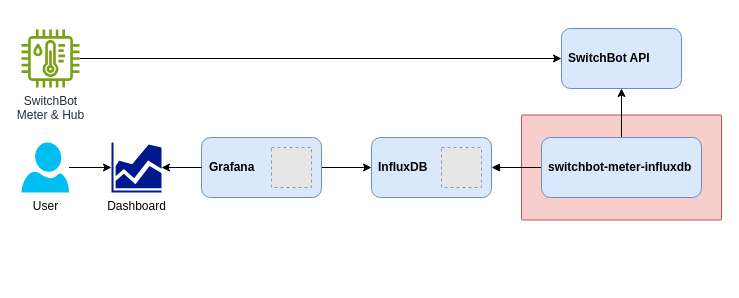
This is images/overview.drawio from hkato/switchbot-meter-database, a draw.io file, before an edit. Source tidied: cells renumbered, new cells numbered last; positions are measured from the earlier drawing's top-left corner, leaving out a move shared by most shapes. Both pictures are drawn from the tidied source at 100%, with x=0, y=0 at pixel (21, 28). Pictures stored in the file or linked from it are replaced by grey dashed boxes.
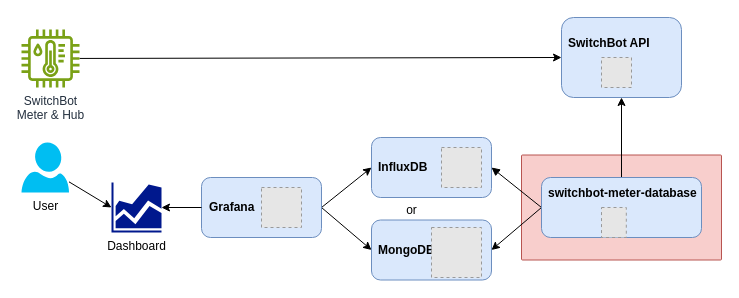
The same page after the edit.

Unchanged cells that the change refers to:
```xml
<mxCell id="9" value="&lt;b&gt;InfluxDB&lt;/b&gt;" style="rounded=1;whiteSpace=wrap;html=1;align=left;spacingLeft=5;fillColor=#dae8fc;strokeColor=#6c8ebf;" parent="1" vertex="1">
  <mxGeometry x="350" y="109" width="120" height="60" as="geometry" />
</mxCell>
<mxCell id="17" value="SwitchBot&lt;div&gt;Meter &amp;amp; Hub&lt;/div&gt;" style="sketch=0;outlineConnect=0;fontColor=#232F3E;gradientColor=none;fillColor=#7AA116;strokeColor=none;dashed=0;verticalLabelPosition=bottom;verticalAlign=top;align=center;html=1;fontSize=12;fontStyle=0;shape=mxgraph.aws4.iot_thing_temperature_humidity_sensor;" parent="1" vertex="1">
  <mxGeometry y="1" width="58" height="58" as="geometry" />
</mxCell>
```

Change to the diagram source:
```diff
@@
     <mxCell id="2" style="sketch=0;rounded=1;absoluteArcSize=1;arcSize=2;html=1;strokeColor=#b85450;shadow=0;dashed=0;fontSize=12;align=left;verticalAlign=top;spacing=10;spacingTop=-4;whiteSpace=wrap;fillColor=#f8cecc;" parent="1" vertex="1">
-      <mxGeometry x="500" y="86.5" width="200" height="105" as="geometry" />
+      <mxGeometry x="500" y="126.5" width="200" height="105" as="geometry" />
     </mxCell>
-    <mxCell id="3" style="edgeStyle=none;html=1;entryX=1;entryY=0.5;entryDx=0;entryDy=0;endArrow=block;endFill=1;" parent="1" edge="1" source="5" target="9">
+    <mxCell id="3" style="edgeStyle=none;html=1;entryX=1;entryY=0.5;entryDx=0;entryDy=0;endArrow=block;endFill=1;exitX=0;exitY=0.5;exitDx=0;exitDy=0;" parent="1" edge="1" source="5" target="9">
       <mxGeometry relative="1" as="geometry" />
     </mxCell>
@@
+    <mxCell id="18" style="edgeStyle=none;html=1;exitX=0;exitY=0.5;exitDx=0;exitDy=0;entryX=1;entryY=0.5;entryDx=0;entryDy=0;" parent="1" edge="1" source="5" target="20">
+      <mxGeometry relative="1" as="geometry" />
+    </mxCell>
-    <mxCell id="5" value="&lt;b&gt;switchbot-meter-influxdb&lt;/b&gt;" style="rounded=1;whiteSpace=wrap;html=1;align=left;spacingLeft=5;fillColor=#dae8fc;strokeColor=#6c8ebf;" parent="1" vertex="1">
-      <mxGeometry x="520" y="109" width="160" height="60" as="geometry" />
+    <mxCell id="5" value="&lt;b&gt;switchbot-meter-database&lt;/b&gt;&lt;div&gt;&lt;b&gt;&lt;br&gt;&lt;/b&gt;&lt;/div&gt;&lt;div&gt;&lt;b&gt;&lt;br&gt;&lt;/b&gt;&lt;/div&gt;" style="rounded=1;whiteSpace=wrap;html=1;align=left;spacingLeft=5;fillColor=#dae8fc;strokeColor=#6c8ebf;" parent="1" vertex="1">
+      <mxGeometry x="520" y="149" width="160" height="60" as="geometry" />
     </mxCell>
-    <mxCell id="6" style="edgeStyle=orthogonalEdgeStyle;rounded=0;jettySize=auto;html=1;exitX=1;exitY=0.5;exitDx=0;exitDy=0;entryX=0;entryY=0.5;entryDx=0;entryDy=0;" parent="1" edge="1" source="7" target="9">
+    <mxCell id="6" style="rounded=0;jettySize=auto;html=1;exitX=1;exitY=0.5;exitDx=0;exitDy=0;entryX=0;entryY=0.5;entryDx=0;entryDy=0;" parent="1" edge="1" source="7" target="9">
       <mxGeometry relative="1" as="geometry" />
     </mxCell>
+    <mxCell id="19" style="edgeStyle=none;html=1;exitX=1;exitY=0.5;exitDx=0;exitDy=0;entryX=0;entryY=0.5;entryDx=0;entryDy=0;" parent="1" edge="1" source="7" target="20">
+      <mxGeometry relative="1" as="geometry" />
+    </mxCell>
     <mxCell id="7" value="&lt;b&gt;Grafana&lt;/b&gt;" style="rounded=1;whiteSpace=wrap;html=1;align=left;spacingLeft=6;fillColor=#dae8fc;strokeColor=#6c8ebf;" parent="1" vertex="1">
-      <mxGeometry x="180" y="109" width="120" height="60" as="geometry" />
+      <mxGeometry x="180" y="149" width="120" height="60" as="geometry" />
     </mxCell>
     <mxCell id="8" style="fillColor=#E6E6E6;strokeColor=#999999;dashed=1;verticalLabelPosition=bottom;labelBackgroundColor=default;verticalAlign=top;" parent="1" vertex="1">
-      <mxGeometry x="250" y="119" width="40" height="40" as="geometry" />
+      <mxGeometry x="240" y="159" width="40" height="40" as="geometry" />
     </mxCell>
@@
-    <mxCell id="11" value="&lt;b&gt;SwitchBot API&lt;/b&gt;" style="rounded=1;whiteSpace=wrap;html=1;align=left;spacingLeft=5;fillColor=#dae8fc;strokeColor=#6c8ebf;" parent="1" vertex="1">
-      <mxGeometry x="540" width="120" height="60" as="geometry" />
+    <mxCell id="11" value="&lt;b&gt;SwitchBot API&lt;/b&gt;&lt;div&gt;&lt;b&gt;&lt;br&gt;&lt;/b&gt;&lt;/div&gt;&lt;div&gt;&lt;b&gt;&lt;br&gt;&lt;/b&gt;&lt;/div&gt;" style="rounded=1;whiteSpace=wrap;html=1;align=left;spacingLeft=5;fillColor=#dae8fc;strokeColor=#6c8ebf;" parent="1" vertex="1">
+      <mxGeometry x="540" y="-11" width="120" height="80" as="geometry" />
     </mxCell>
     <mxCell id="12" value="Dashboard" style="sketch=0;shadow=0;dashed=0;html=1;strokeColor=none;labelPosition=center;verticalLabelPosition=bottom;verticalAlign=top;align=center;fillColor=#00188D;shape=mxgraph.mscae.general.graph;" parent="1" vertex="1">
-      <mxGeometry x="90" y="114" width="50" height="50" as="geometry" />
+      <mxGeometry x="90" y="154" width="50" height="50" as="geometry" />
     </mxCell>
@@
-    <mxCell id="16" style="edgeStyle=orthogonalEdgeStyle;rounded=0;jettySize=auto;html=1;entryX=0;entryY=0.5;entryDx=0;entryDy=0;" parent="1" edge="1" source="17" target="11">
+    <mxCell id="16" style="rounded=0;jettySize=auto;html=1;entryX=0;entryY=0.5;entryDx=0;entryDy=0;" parent="1" edge="1" source="17" target="11">
       <mxGeometry relative="1" as="geometry" />
     </mxCell>
@@
+    <mxCell id="20" value="&lt;b&gt;MongoDB&lt;/b&gt;" style="rounded=1;whiteSpace=wrap;html=1;align=left;spacingLeft=5;fillColor=#dae8fc;strokeColor=#6c8ebf;" parent="1" vertex="1">
+      <mxGeometry x="350" y="191.5" width="120" height="60" as="geometry" />
+    </mxCell>
+    <mxCell id="21" value="or" style="text;html=1;align=center;verticalAlign=middle;strokeColor=none;fillColor=none;" parent="1" vertex="1">
+      <mxGeometry x="375" y="167" width="30" height="30" as="geometry" />
+    </mxCell>
+    <mxCell id="22" style="fillColor=#E6E6E6;strokeColor=#999999;dashed=1;verticalLabelPosition=bottom;labelBackgroundColor=default;verticalAlign=top;" parent="1" vertex="1">
+      <mxGeometry x="410" y="199" width="50" height="50" as="geometry" />
+    </mxCell>
+    <mxCell id="23" style="fillColor=#E6E6E6;strokeColor=#999999;dashed=1;verticalLabelPosition=bottom;labelBackgroundColor=default;verticalAlign=top;" parent="1" vertex="1">
+      <mxGeometry x="580" y="29" width="30" height="30" as="geometry" />
+    </mxCell>
+    <mxCell id="24" style="fillColor=#E6E6E6;strokeColor=#999999;dashed=1;verticalLabelPosition=bottom;labelBackgroundColor=default;verticalAlign=top;" parent="1" vertex="1">
+      <mxGeometry x="580" y="179" width="24.8" height="30" as="geometry" />
+    </mxCell>
```
